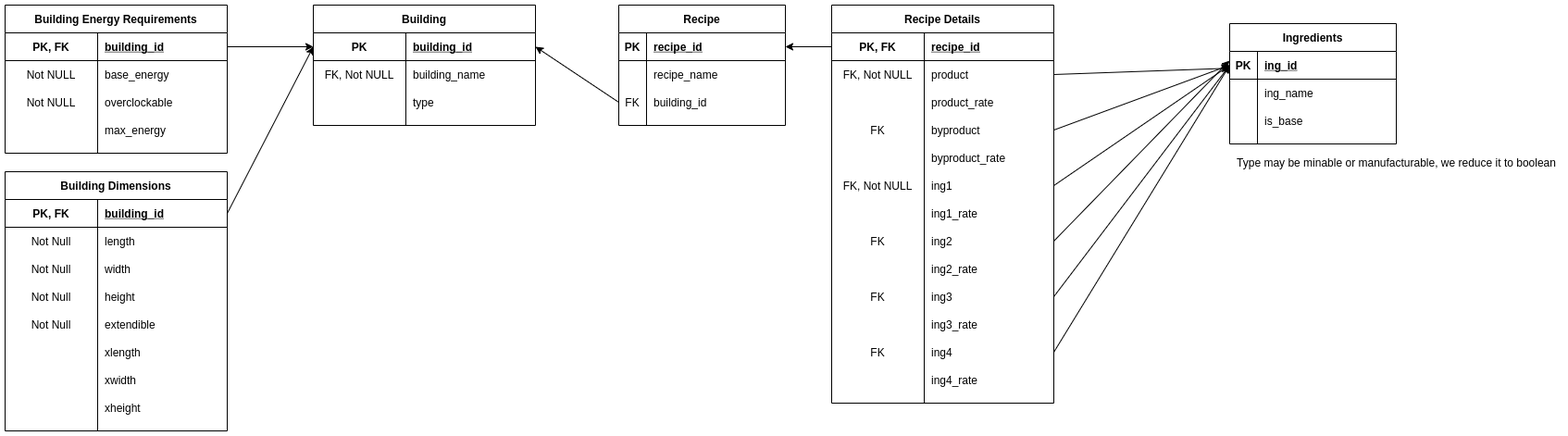
supratikchatterjee16/satisfactory-notebook keeps this draw.io diagram as concepts/normalized_data.png. Above is the earlier version. Source tidied: cells renumbered, new cells last; positions are measured from the earlier drawing's top-left corner, leaving out a move shared by most shapes.
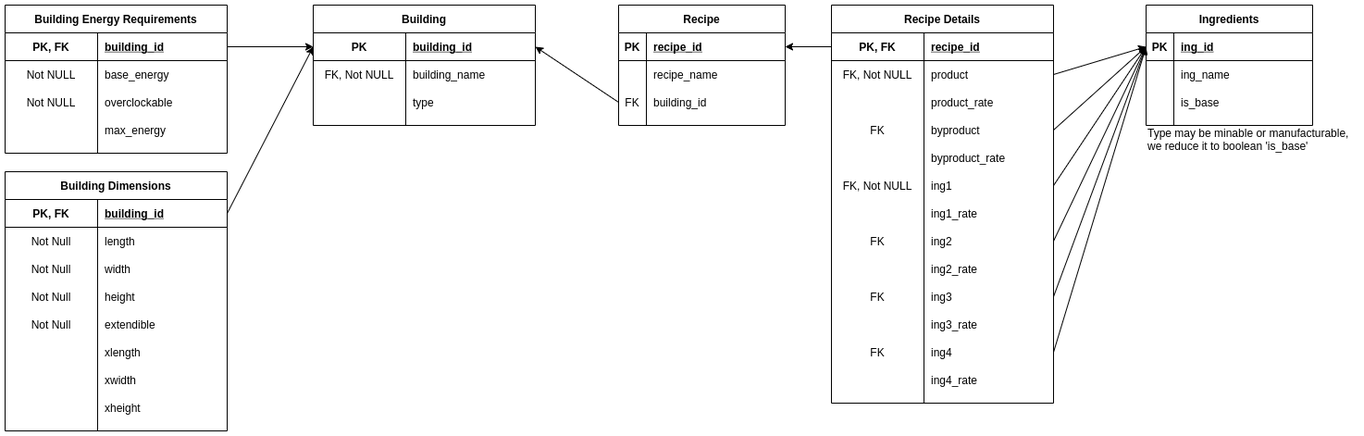
After the commit.

Commit message:
Data directory fixes

Diff of the diagram source:
```diff
@@ -33,7 +33,7 @@
       <mxGeometry x="30" width="150" height="30" as="geometry" />
     </mxCell>
     <mxCell id="12" value="Ingredients" style="shape=table;startSize=30;rowLines=0;fontStyle=1;align=center;" parent="1" vertex="1">
-      <mxGeometry x="1323" y="20" width="180" height="130" as="geometry" />
+      <mxGeometry x="1233" width="180" height="130" as="geometry" />
     </mxCell>
     <mxCell id="13" style="shape=partialRectangle;fillColor=none;top=0;left=0;bottom=1;right=0;points=[[0,0.5],[1,0.5]];portConstraint=eastwest;" parent="12" vertex="1">
       <mxGeometry y="30" width="180" height="30" as="geometry" />
@@ -62,8 +62,8 @@
     <mxCell id="21" value="is_base" style="shape=partialRectangle;fillColor=none;top=0;left=0;bottom=0;right=0;align=left;spacingLeft=6;overflow=hidden;" parent="19" vertex="1">
       <mxGeometry x="30" width="150" height="30" as="geometry" />
     </mxCell>
-    <mxCell id="22" value="Type may be minable or manufacturable, we reduce it to boolean" style="text;html=1;align=center;verticalAlign=middle;strokeColor=none;fillColor=none;" parent="1" vertex="1">
-      <mxGeometry x="1323" y="160" width="360" height="20" as="geometry" />
+    <mxCell id="22" value="Type may be minable or manufacturable,&lt;br&gt;we reduce it to boolean 'is_base'" style="text;html=1;align=left;verticalAlign=middle;strokeColor=none;fillColor=none;" parent="1" vertex="1">
+      <mxGeometry x="1233" y="130" width="230" height="30" as="geometry" />
     </mxCell>
     <mxCell id="23" value="Recipe Details" style="shape=table;startSize=30;rowLines=0;fontStyle=1;align=center;" parent="1" vertex="1">
       <mxGeometry x="893" width="240" height="430" as="geometry" />
@@ -185,7 +185,7 @@
     <mxCell id="62" value="ing4_rate" style="shape=partialRectangle;fillColor=none;top=0;left=0;bottom=0;right=0;align=left;spacingLeft=6;overflow=hidden;" parent="60" vertex="1">
       <mxGeometry x="100" width="140" height="30" as="geometry" />
     </mxCell>
-    <mxCell id="63" style="rounded=0;jettySize=auto;html=1;exitX=1;exitY=0.5;exitDx=0;exitDy=0;" parent="1" edge="1" source="27" target="13">
+    <mxCell id="63" style="rounded=0;jettySize=auto;html=1;exitX=1;exitY=0.5;exitDx=0;exitDy=0;entryX=0;entryY=0.5;entryDx=0;entryDy=0;" parent="1" edge="1" source="27" target="13">
       <mxGeometry relative="1" as="geometry" />
     </mxCell>
     <mxCell id="64" style="rounded=0;jettySize=auto;html=1;exitX=1;exitY=0.5;exitDx=0;exitDy=0;entryX=0;entryY=0.5;entryDx=0;entryDy=0;" parent="1" edge="1" source="33" target="13">
@@ -194,10 +194,8 @@
     <mxCell id="65" style="edgeStyle=none;rounded=0;jettySize=auto;html=1;exitX=1;exitY=0.5;exitDx=0;exitDy=0;entryX=0;entryY=0.5;entryDx=0;entryDy=0;" parent="1" edge="1" source="39" target="13">
       <mxGeometry relative="1" as="geometry" />
     </mxCell>
-    <mxCell id="66" style="edgeStyle=none;rounded=0;jettySize=auto;html=1;exitX=1;exitY=0.5;exitDx=0;exitDy=0;" parent="1" edge="1" source="45">
-      <mxGeometry relative="1" as="geometry">
-        <mxPoint x="1323" y="60" as="targetPoint" />
-      </mxGeometry>
+    <mxCell id="66" style="edgeStyle=none;rounded=0;jettySize=auto;html=1;exitX=1;exitY=0.5;exitDx=0;exitDy=0;entryX=0;entryY=0.5;entryDx=0;entryDy=0;" parent="1" edge="1" source="45" target="13">
+      <mxGeometry relative="1" as="geometry" />
     </mxCell>
     <mxCell id="67" style="edgeStyle=none;rounded=0;jettySize=auto;html=1;exitX=1;exitY=0.5;exitDx=0;exitDy=0;entryX=0;entryY=0.5;entryDx=0;entryDy=0;" parent="1" edge="1" source="51" target="13">
       <mxGeometry relative="1" as="geometry" />
```
